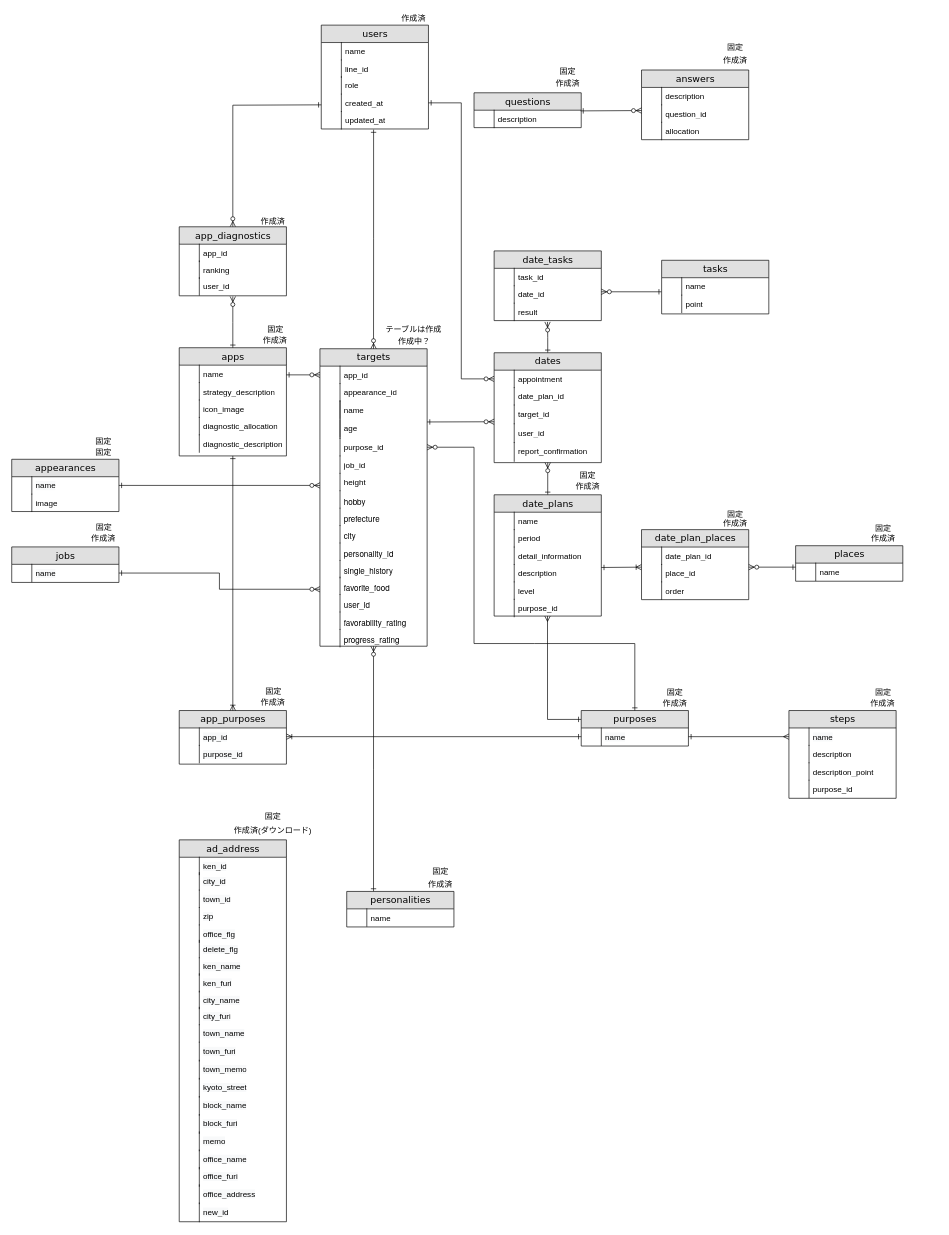
Before: Untitled Diagram.drawio in kstar0102/ryuki0102, a draw.io diagram. Source tidied: cells renumbered, new cells numbered last; positions are measured from the earlier drawing's top-left corner, leaving out a move shared by most shapes. Both pictures are drawn from the tidied source at 67%, with x=0, y=0 at pixel (11, 11).
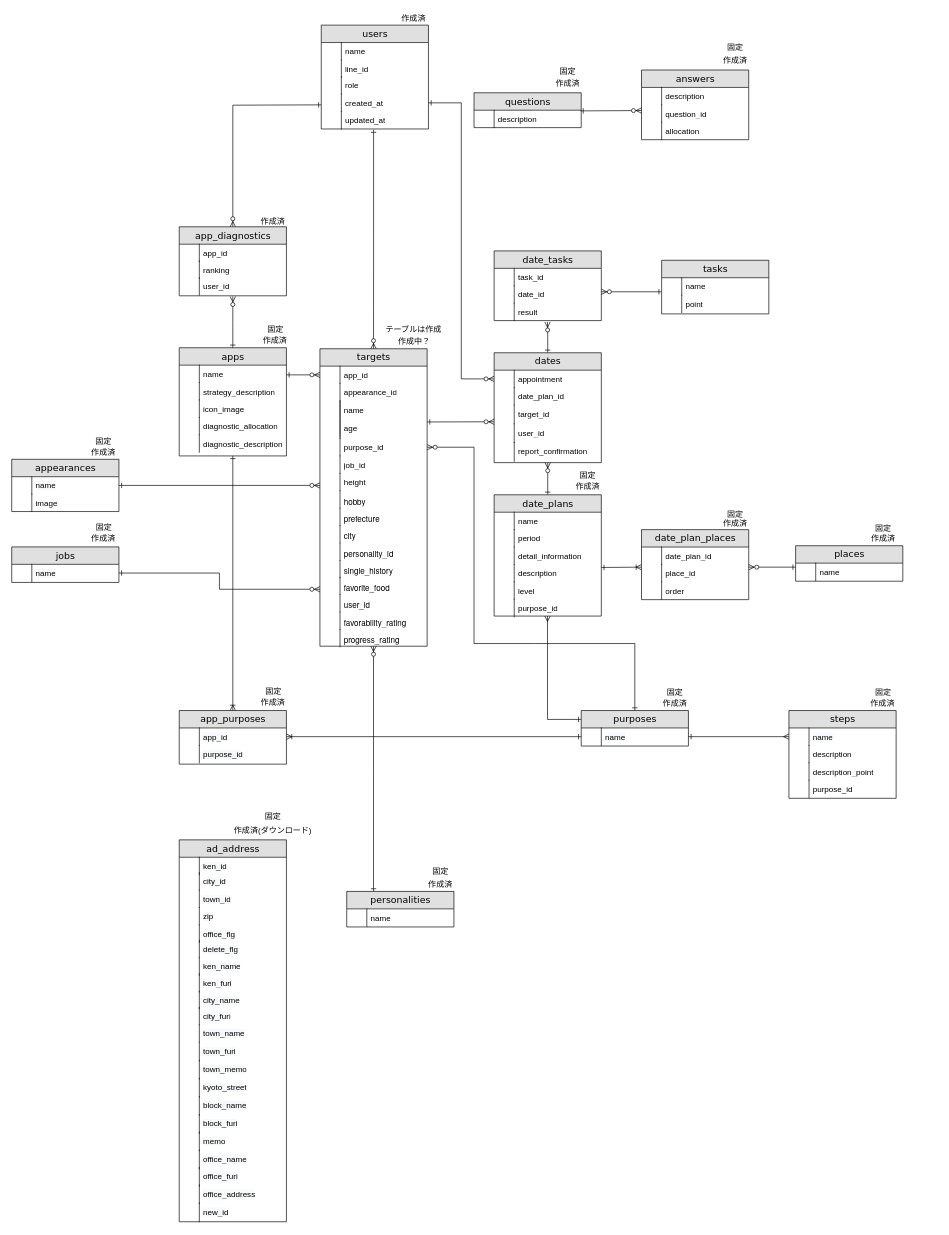
After the change.

The edit, as a diff of the source:
```diff
@@
-    <mxCell id="240" value="固定" style="text;html=1;strokeColor=none;fillColor=none;align=center;verticalAlign=middle;whiteSpace=wrap;rounded=0;" parent="1" vertex="1">
+    <mxCell id="240" value="作成済" style="text;html=1;strokeColor=none;fillColor=none;align=center;verticalAlign=middle;whiteSpace=wrap;rounded=0;" parent="1" vertex="1">
       <mxGeometry x="82" y="647.5" width="110" height="20" as="geometry" />
     </mxCell>
```
